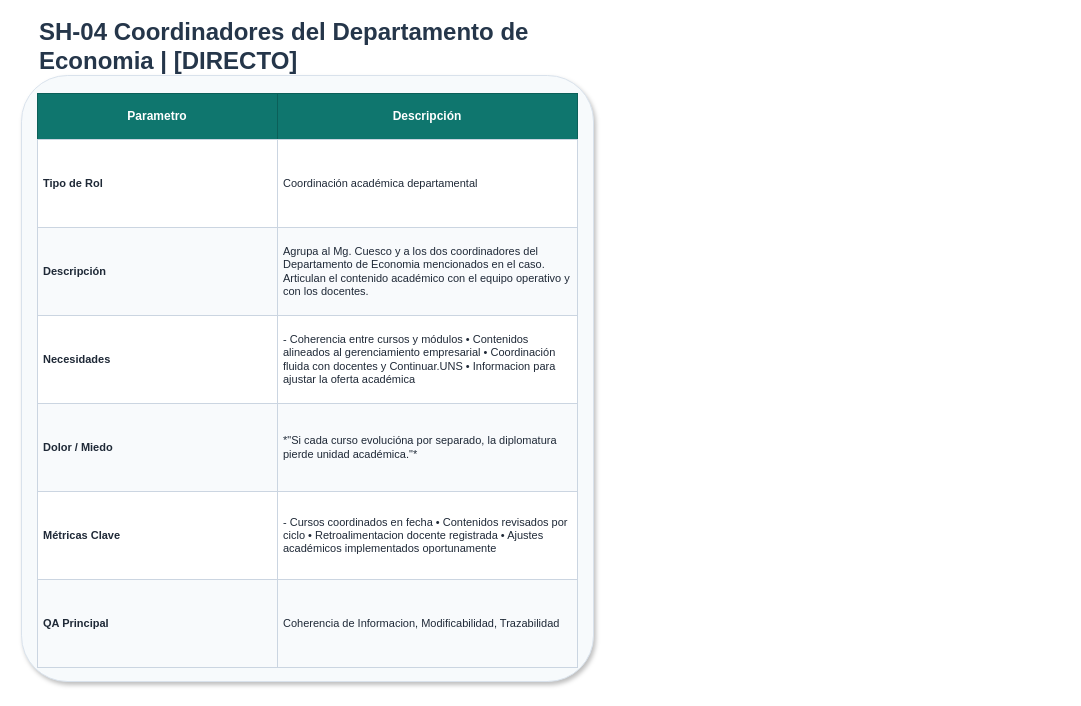
Earlier version of the draw.io diagram page "SH-04 Coordinadores del Departamento de Economia | [DIRECTO]" (4 of 14) of diagramas/tablas/Tablas_Stakeholders_BLearning.drawio (Jsue46/exposicionayd). Source tidied: cells renumbered, new cells numbered last; positions are measured from the earlier drawing's top-left corner, leaving out a move shared by most shapes. Both pictures are drawn from the tidied source at 100%, with x=0, y=0 at pixel (21, 25).
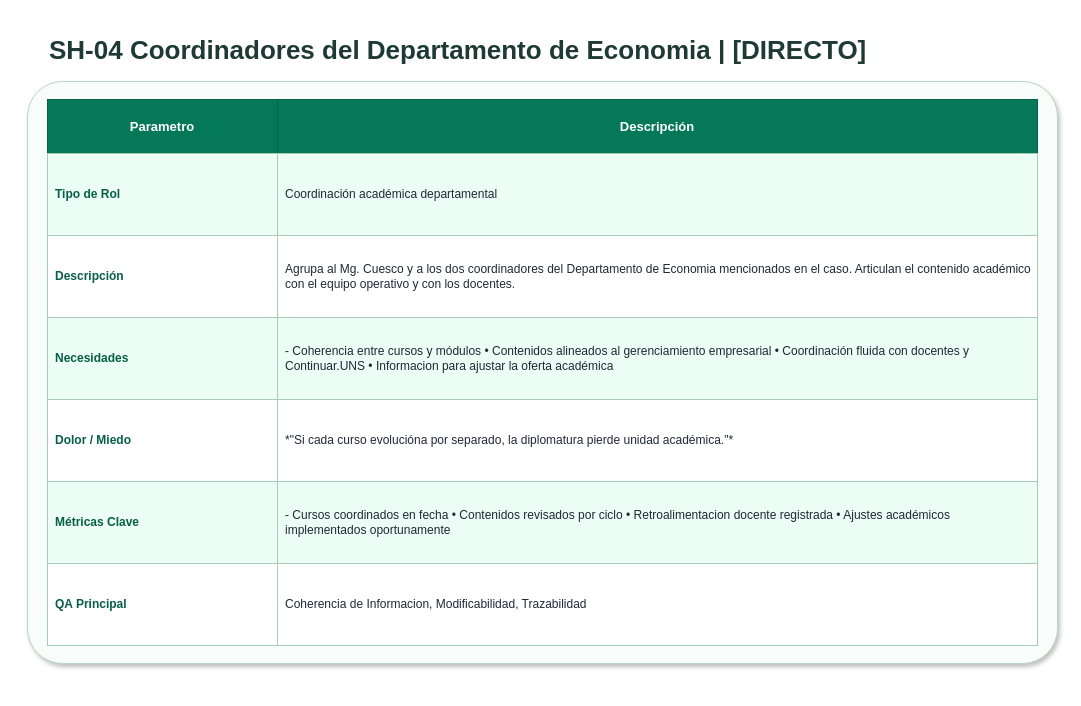
After the change.

Diff of the diagram source:
```diff
@@
 <mxGraphModel>
   <root>
     <mxCell id="0" />
     <mxCell id="1" parent="0" />
-    <mxCell id="2" value="SH-04 Coordinadores del Departamento de Economia | [DIRECTO]" style="text;html=1;strokeColor=none;fillColor=none;align=left;verticalAlign=middle;whiteSpace=wrap;rounded=0;fontSize=24;fontStyle=1;fontColor=#25364A;" parent="1" vertex="1">
-      <mxGeometry x="16" width="540" height="42" as="geometry" />
+    <mxCell id="2" value="SH-04 Coordinadores del Departamento de Economia | [DIRECTO]" style="text;html=1;strokeColor=none;fillColor=none;align=left;verticalAlign=middle;whiteSpace=wrap;rounded=0;fontSize=26;fontStyle=1;fontColor=#1F3A33;" parent="1" vertex="1">
+      <mxGeometry x="26" y="2" width="990" height="46" as="geometry" />
     </mxCell>
-    <mxCell id="3" style="rounded=1;whiteSpace=wrap;html=1;fillColor=#F7FAFC;strokeColor=#D9E2EC;arcSize=8;shadow=1;" parent="1" vertex="1">
-      <mxGeometry y="50" width="572" height="606" as="geometry" />
+    <mxCell id="3" style="rounded=1;whiteSpace=wrap;html=1;fillColor=#F8FCFA;strokeColor=#B7D7C2;arcSize=6;shadow=1;" parent="1" vertex="1">
+      <mxGeometry x="6" y="56" width="1030" height="582" as="geometry" />
     </mxCell>
-    <mxCell id="4" value="Parametro" style="rounded=0;whiteSpace=wrap;html=1;fillColor=#0F766E;strokeColor=#0B5F59;fontColor=#FFFFFF;fontStyle=1;align=center;verticalAlign=middle;fontSize=12;spacing=6;" parent="1" vertex="1">
-      <mxGeometry x="16" y="68" width="240" height="46" as="geometry" />
+    <mxCell id="4" value="Parametro" style="rounded=0;whiteSpace=wrap;html=1;fillColor=#047857;strokeColor=#065F46;fontColor=#FFFFFF;fontStyle=1;align=center;verticalAlign=middle;fontSize=13;spacing=8;" parent="1" vertex="1">
+      <mxGeometry x="26" y="74" width="230" height="54" as="geometry" />
     </mxCell>
-    <mxCell id="5" value="Descripción" style="rounded=0;whiteSpace=wrap;html=1;fillColor=#0F766E;strokeColor=#0B5F59;fontColor=#FFFFFF;fontStyle=1;align=center;verticalAlign=middle;fontSize=12;spacing=6;" parent="1" vertex="1">
-      <mxGeometry x="256" y="68" width="300" height="46" as="geometry" />
+    <mxCell id="5" value="Descripción" style="rounded=0;whiteSpace=wrap;html=1;fillColor=#047857;strokeColor=#065F46;fontColor=#FFFFFF;fontStyle=1;align=center;verticalAlign=middle;fontSize=13;spacing=8;" parent="1" vertex="1">
+      <mxGeometry x="256" y="74" width="760" height="54" as="geometry" />
     </mxCell>
-    <mxCell id="6" value="Tipo de Rol" style="rounded=0;whiteSpace=wrap;html=1;fillColor=#FFFFFF;strokeColor=#CBD5E1;fontColor=#1F2937;fontStyle=1;align=left;verticalAlign=middle;fontSize=11;spacing=6;" parent="1" vertex="1">
-      <mxGeometry x="16" y="114" width="240" height="88" as="geometry" />
+    <mxCell id="6" value="Tipo de Rol" style="rounded=0;whiteSpace=wrap;html=1;fillColor=#ECFDF5;strokeColor=#A7CBB6;fontColor=#065F46;fontStyle=1;align=left;verticalAlign=middle;fontSize=12;spacing=8;" parent="1" vertex="1">
+      <mxGeometry x="26" y="128" width="230" height="82" as="geometry" />
     </mxCell>
-    <mxCell id="7" value="Coordinación académica departamental" style="rounded=0;whiteSpace=wrap;html=1;fillColor=#FFFFFF;strokeColor=#CBD5E1;fontColor=#1F2937;fontStyle=0;align=left;verticalAlign=middle;fontSize=11;spacing=6;" parent="1" vertex="1">
-      <mxGeometry x="256" y="114" width="300" height="88" as="geometry" />
+    <mxCell id="7" value="Coordinación académica departamental" style="rounded=0;whiteSpace=wrap;html=1;fillColor=#ECFDF5;strokeColor=#A7CBB6;fontColor=#1F2937;fontStyle=0;align=left;verticalAlign=middle;fontSize=12;spacing=8;" parent="1" vertex="1">
+      <mxGeometry x="256" y="128" width="760" height="82" as="geometry" />
     </mxCell>
-    <mxCell id="8" value="Descripción" style="rounded=0;whiteSpace=wrap;html=1;fillColor=#F8FAFC;strokeColor=#CBD5E1;fontColor=#1F2937;fontStyle=1;align=left;verticalAlign=middle;fontSize=11;spacing=6;" parent="1" vertex="1">
-      <mxGeometry x="16" y="202" width="240" height="88" as="geometry" />
+    <mxCell id="8" value="Descripción" style="rounded=0;whiteSpace=wrap;html=1;fillColor=#FFFFFF;strokeColor=#A7CBB6;fontColor=#065F46;fontStyle=1;align=left;verticalAlign=middle;fontSize=12;spacing=8;" parent="1" vertex="1">
+      <mxGeometry x="26" y="210" width="230" height="82" as="geometry" />
     </mxCell>
-    <mxCell id="9" value="Agrupa al Mg. Cuesco y a los dos coordinadores del Departamento de Economia mencionados en el caso. Articulan el contenido académico con el equipo operativo y con los docentes." style="rounded=0;whiteSpace=wrap;html=1;fillColor=#F8FAFC;strokeColor=#CBD5E1;fontColor=#1F2937;fontStyle=0;align=left;verticalAlign=middle;fontSize=11;spacing=6;" parent="1" vertex="1">
-      <mxGeometry x="256" y="202" width="300" height="88" as="geometry" />
+    <mxCell id="9" value="Agrupa al Mg. Cuesco y a los dos coordinadores del Departamento de Economia mencionados en el caso. Articulan el contenido académico con el equipo operativo y con los docentes." style="rounded=0;whiteSpace=wrap;html=1;fillColor=#FFFFFF;strokeColor=#A7CBB6;fontColor=#1F2937;fontStyle=0;align=left;verticalAlign=middle;fontSize=12;spacing=8;" parent="1" vertex="1">
+      <mxGeometry x="256" y="210" width="760" height="82" as="geometry" />
     </mxCell>
-    <mxCell id="10" value="Necesidades" style="rounded=0;whiteSpace=wrap;html=1;fillColor=#FFFFFF;strokeColor=#CBD5E1;fontColor=#1F2937;fontStyle=1;align=left;verticalAlign=middle;fontSize=11;spacing=6;" parent="1" vertex="1">
-      <mxGeometry x="16" y="290" width="240" height="88" as="geometry" />
+    <mxCell id="10" value="Necesidades" style="rounded=0;whiteSpace=wrap;html=1;fillColor=#ECFDF5;strokeColor=#A7CBB6;fontColor=#065F46;fontStyle=1;align=left;verticalAlign=middle;fontSize=12;spacing=8;" parent="1" vertex="1">
+      <mxGeometry x="26" y="292" width="230" height="82" as="geometry" />
     </mxCell>
-    <mxCell id="11" value="- Coherencia entre cursos y módulos • Contenidos alineados al gerenciamiento empresarial • Coordinación fluida con docentes y Continuar.UNS • Informacion para ajustar la oferta académica" style="rounded=0;whiteSpace=wrap;html=1;fillColor=#FFFFFF;strokeColor=#CBD5E1;fontColor=#1F2937;fontStyle=0;align=left;verticalAlign=middle;fontSize=11;spacing=6;" parent="1" vertex="1">
-      <mxGeometry x="256" y="290" width="300" height="88" as="geometry" />
+    <mxCell id="11" value="- Coherencia entre cursos y módulos • Contenidos alineados al gerenciamiento empresarial • Coordinación fluida con docentes y Continuar.UNS • Informacion para ajustar la oferta académica" style="rounded=0;whiteSpace=wrap;html=1;fillColor=#ECFDF5;strokeColor=#A7CBB6;fontColor=#1F2937;fontStyle=0;align=left;verticalAlign=middle;fontSize=12;spacing=8;" parent="1" vertex="1">
+      <mxGeometry x="256" y="292" width="760" height="82" as="geometry" />
     </mxCell>
-    <mxCell id="12" value="Dolor / Miedo" style="rounded=0;whiteSpace=wrap;html=1;fillColor=#F8FAFC;strokeColor=#CBD5E1;fontColor=#1F2937;fontStyle=1;align=left;verticalAlign=middle;fontSize=11;spacing=6;" parent="1" vertex="1">
-      <mxGeometry x="16" y="378" width="240" height="88" as="geometry" />
+    <mxCell id="12" value="Dolor / Miedo" style="rounded=0;whiteSpace=wrap;html=1;fillColor=#FFFFFF;strokeColor=#A7CBB6;fontColor=#065F46;fontStyle=1;align=left;verticalAlign=middle;fontSize=12;spacing=8;" parent="1" vertex="1">
+      <mxGeometry x="26" y="374" width="230" height="82" as="geometry" />
     </mxCell>
-    <mxCell id="13" value="*&quot;Si cada curso evolucióna por separado, la diplomatura pierde unidad académica.&quot;*" style="rounded=0;whiteSpace=wrap;html=1;fillColor=#F8FAFC;strokeColor=#CBD5E1;fontColor=#1F2937;fontStyle=0;align=left;verticalAlign=middle;fontSize=11;spacing=6;" parent="1" vertex="1">
-      <mxGeometry x="256" y="378" width="300" height="88" as="geometry" />
+    <mxCell id="13" value="*&quot;Si cada curso evolucióna por separado, la diplomatura pierde unidad académica.&quot;*" style="rounded=0;whiteSpace=wrap;html=1;fillColor=#FFFFFF;strokeColor=#A7CBB6;fontColor=#1F2937;fontStyle=0;align=left;verticalAlign=middle;fontSize=12;spacing=8;" parent="1" vertex="1">
+      <mxGeometry x="256" y="374" width="760" height="82" as="geometry" />
     </mxCell>
-    <mxCell id="14" value="Métricas Clave" style="rounded=0;whiteSpace=wrap;html=1;fillColor=#FFFFFF;strokeColor=#CBD5E1;fontColor=#1F2937;fontStyle=1;align=left;verticalAlign=middle;fontSize=11;spacing=6;" parent="1" vertex="1">
-      <mxGeometry x="16" y="466" width="240" height="88" as="geometry" />
+    <mxCell id="14" value="Métricas Clave" style="rounded=0;whiteSpace=wrap;html=1;fillColor=#ECFDF5;strokeColor=#A7CBB6;fontColor=#065F46;fontStyle=1;align=left;verticalAlign=middle;fontSize=12;spacing=8;" parent="1" vertex="1">
+      <mxGeometry x="26" y="456" width="230" height="82" as="geometry" />
     </mxCell>
-    <mxCell id="15" value="- Cursos coordinados en fecha • Contenidos revisados por ciclo • Retroalimentacion docente registrada • Ajustes académicos implementados oportunamente" style="rounded=0;whiteSpace=wrap;html=1;fillColor=#FFFFFF;strokeColor=#CBD5E1;fontColor=#1F2937;fontStyle=0;align=left;verticalAlign=middle;fontSize=11;spacing=6;" parent="1" vertex="1">
-      <mxGeometry x="256" y="466" width="300" height="88" as="geometry" />
+    <mxCell id="15" value="- Cursos coordinados en fecha • Contenidos revisados por ciclo • Retroalimentacion docente registrada • Ajustes académicos implementados oportunamente" style="rounded=0;whiteSpace=wrap;html=1;fillColor=#ECFDF5;strokeColor=#A7CBB6;fontColor=#1F2937;fontStyle=0;align=left;verticalAlign=middle;fontSize=12;spacing=8;" parent="1" vertex="1">
+      <mxGeometry x="256" y="456" width="760" height="82" as="geometry" />
     </mxCell>
-    <mxCell id="16" value="QA Principal" style="rounded=0;whiteSpace=wrap;html=1;fillColor=#F8FAFC;strokeColor=#CBD5E1;fontColor=#1F2937;fontStyle=1;align=left;verticalAlign=middle;fontSize=11;spacing=6;" parent="1" vertex="1">
-      <mxGeometry x="16" y="554" width="240" height="88" as="geometry" />
+    <mxCell id="16" value="QA Principal" style="rounded=0;whiteSpace=wrap;html=1;fillColor=#FFFFFF;strokeColor=#A7CBB6;fontColor=#065F46;fontStyle=1;align=left;verticalAlign=middle;fontSize=12;spacing=8;" parent="1" vertex="1">
+      <mxGeometry x="26" y="538" width="230" height="82" as="geometry" />
     </mxCell>
-    <mxCell id="17" value="Coherencia de Informacion, Modificabilidad, Trazabilidad" style="rounded=0;whiteSpace=wrap;html=1;fillColor=#F8FAFC;strokeColor=#CBD5E1;fontColor=#1F2937;fontStyle=0;align=left;verticalAlign=middle;fontSize=11;spacing=6;" parent="1" vertex="1">
-      <mxGeometry x="256" y="554" width="300" height="88" as="geometry" />
+    <mxCell id="17" value="Coherencia de Informacion, Modificabilidad, Trazabilidad" style="rounded=0;whiteSpace=wrap;html=1;fillColor=#FFFFFF;strokeColor=#A7CBB6;fontColor=#1F2937;fontStyle=0;align=left;verticalAlign=middle;fontSize=12;spacing=8;" parent="1" vertex="1">
+      <mxGeometry x="256" y="538" width="760" height="82" as="geometry" />
     </mxCell>
   </root>
 </mxGraphModel>
```
